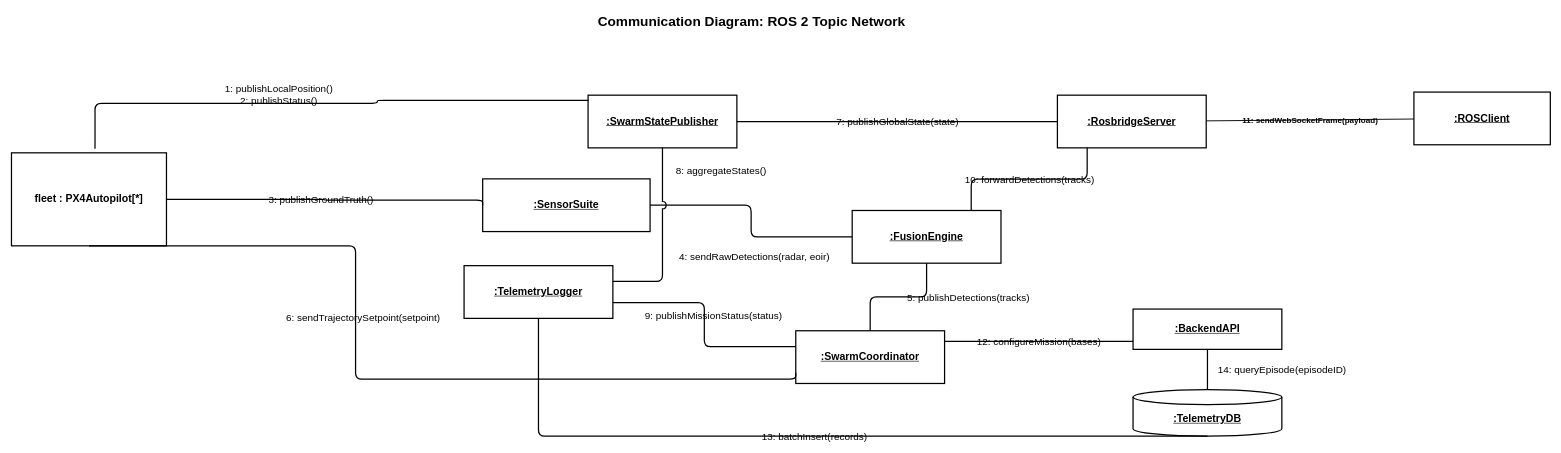
The draw.io diagram 06_communication_ros2_network.drawio in sjd-1214/diagrams, before the edit. Source tidied: cells renumbered, new cells numbered last; positions are measured from the earlier drawing's top-left corner, leaving out a move shared by most shapes. Both pictures are drawn from the tidied source at 62%, with x=0, y=0 at pixel (11, 11).
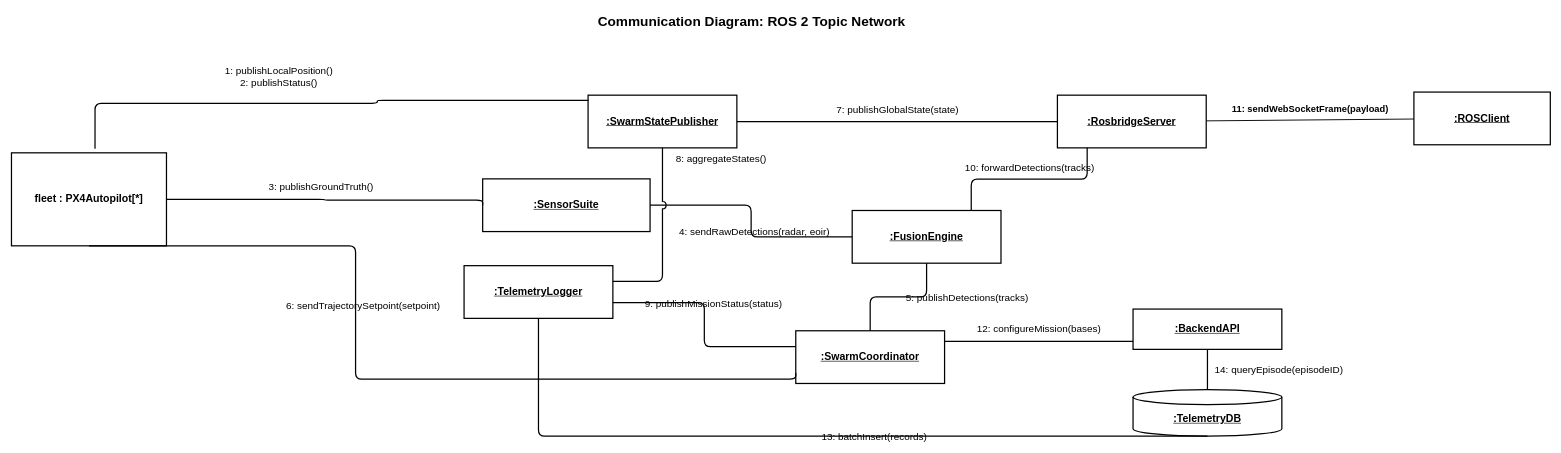
The same diagram, later.

The change refers to these unchanged cells:
```xml
<mxCell id="2" value="&lt;b&gt;fleet : PX4Autopilot[*]&lt;/b&gt;" style="rounded=0;whiteSpace=wrap;html=1;fillColor=none;strokeColor=#000000;fontFamily=Helvetica;fontColor=#000000;fontSize=17;strokeWidth=2;" parent="1" vertex="1">
  <mxGeometry y="229" width="250" height="150" as="geometry" />
</mxCell>
<mxCell id="4" value="&lt;b&gt;&lt;u&gt;:SwarmStatePublisher&lt;/u&gt;&lt;/b&gt;" style="rounded=0;whiteSpace=wrap;html=1;fillColor=none;strokeColor=#000000;fontFamily=Helvetica;align=center;verticalAlign=middle;fontColor=#000000;fontSize=17;strokeWidth=2;" parent="1" vertex="1">
  <mxGeometry x="930" y="136" width="240" height="85" as="geometry" />
</mxCell>
<mxCell id="5" value="&lt;b&gt;&lt;u&gt;:SensorSuite&lt;/u&gt;&lt;/b&gt;" style="rounded=0;whiteSpace=wrap;html=1;fillColor=none;strokeColor=#000000;fontFamily=Helvetica;align=center;verticalAlign=middle;fontColor=#000000;fontSize=17;strokeWidth=2;" parent="1" vertex="1">
  <mxGeometry x="760" y="271" width="270" height="85" as="geometry" />
</mxCell>
<mxCell id="6" value="&lt;b&gt;&lt;u&gt;:FusionEngine&lt;/u&gt;&lt;/b&gt;" style="rounded=0;whiteSpace=wrap;html=1;fillColor=none;strokeColor=#000000;fontFamily=Helvetica;align=center;verticalAlign=middle;fontColor=#000000;fontSize=17;strokeWidth=2;" parent="1" vertex="1">
  <mxGeometry x="1356" y="322" width="240" height="85" as="geometry" />
</mxCell>
<mxCell id="7" value="&lt;b&gt;&lt;u&gt;:SwarmCoordinator&lt;/u&gt;&lt;/b&gt;" style="rounded=0;whiteSpace=wrap;html=1;fillColor=none;strokeColor=#000000;fontFamily=Helvetica;align=center;verticalAlign=middle;fontColor=#000000;fontSize=17;strokeWidth=2;" parent="1" vertex="1">
  <mxGeometry x="1265" y="516" width="240" height="85" as="geometry" />
</mxCell>
<mxCell id="8" value="&lt;b&gt;&lt;u&gt;:TelemetryLogger&lt;/u&gt;&lt;/b&gt;" style="rounded=0;whiteSpace=wrap;html=1;fillColor=none;strokeColor=#000000;fontFamily=Helvetica;align=center;verticalAlign=middle;fontColor=#000000;fontSize=17;strokeWidth=2;" parent="1" vertex="1">
  <mxGeometry x="730" y="411" width="240" height="85" as="geometry" />
</mxCell>
<mxCell id="9" value="&lt;b&gt;&lt;u&gt;:RosbridgeServer&lt;/u&gt;&lt;/b&gt;" style="rounded=0;whiteSpace=wrap;html=1;fillColor=none;strokeColor=#000000;fontFamily=Helvetica;align=center;verticalAlign=middle;fontColor=#000000;fontSize=17;strokeWidth=2;" parent="1" vertex="1">
  <mxGeometry x="1687" y="136" width="240" height="85" as="geometry" />
</mxCell>
<mxCell id="10" value="&lt;b&gt;&lt;u&gt;:ROSClient&lt;/u&gt;&lt;/b&gt;" style="rounded=0;whiteSpace=wrap;html=1;fillColor=none;strokeColor=#000000;fontFamily=Helvetica;align=center;verticalAlign=middle;fontColor=#000000;fontSize=17;strokeWidth=2;" parent="1" vertex="1">
  <mxGeometry x="2262" y="131" width="220" height="85" as="geometry" />
</mxCell>
<mxCell id="11" value="&lt;b&gt;&lt;u&gt;:BackendAPI&lt;/u&gt;&lt;/b&gt;" style="rounded=0;whiteSpace=wrap;html=1;fillColor=none;strokeColor=#000000;fontFamily=Helvetica;align=center;verticalAlign=middle;fontColor=#000000;fontSize=17;strokeWidth=2;" parent="1" vertex="1">
  <mxGeometry x="1809" y="481" width="240" height="65" as="geometry" />
</mxCell>
<mxCell id="12" value="&lt;b&gt;&lt;u&gt;:TelemetryDB&lt;/u&gt;&lt;/b&gt;" style="shape=cylinder3;whiteSpace=wrap;html=1;boundedLbl=1;backgroundOutline=1;size=12;fillColor=none;strokeColor=#000000;fontFamily=Helvetica;align=center;verticalAlign=middle;fontColor=#000000;fontSize=17;strokeWidth=2;" parent="1" vertex="1">
  <mxGeometry x="1809" y="611" width="240" height="75" as="geometry" />
</mxCell>
```

The edit, as a diff of the source:
```diff
@@
-    <mxCell id="13" value="1: publishLocalPosition()&lt;br&gt;2: publishStatus()" style="edgeStyle=orthogonalEdgeStyle;rounded=1;html=1;endArrow=none;strokeColor=#000000;fontColor=#000000;labelBackgroundColor=none;entryX=0.003;entryY=0.099;entryDx=0;entryDy=0;fontFamily=Helvetica;fontSize=16;strokeWidth=2;entryPerimeter=0;exitX=0.539;exitY=-0.044;exitDx=0;exitDy=0;exitPerimeter=0;" parent="1" edge="1" source="2" target="4">
+    <mxCell id="13" value="1: publishLocalPosition()&lt;br&gt;2: publishStatus()" style="edgeStyle=orthogonalEdgeStyle;rounded=1;html=1;endArrow=none;strokeColor=#000000;fontColor=#000000;labelBackgroundColor=none;entryX=0.003;entryY=0.099;entryDx=0;entryDy=0;fontFamily=Helvetica;fontSize=16;strokeWidth=2;entryPerimeter=0;exitX=0.539;exitY=-0.044;exitDx=0;exitDy=0;exitPerimeter=0;verticalAlign=bottom;spacingBottom=8;spacingLeft=10;spacingRight=10;" parent="1" edge="1" source="2" target="4">
       <mxGeometry x="-0.2" relative="1" as="geometry">
         <Array as="points">
           <mxPoint x="134.8" y="149.1" />
           <mxPoint x="590.1" y="149.1" />
           <mxPoint x="590.1" y="144.4" />
         </Array>
         <mxPoint x="20" y="-14" as="offset" />
       </mxGeometry>
     </mxCell>
-    <mxCell id="14" value="3: publishGroundTruth()" style="edgeStyle=orthogonalEdgeStyle;rounded=1;html=1;endArrow=none;strokeColor=#000000;fontColor=#000000;labelBackgroundColor=none;exitX=1;exitY=0.5;exitDx=0;exitDy=0;entryX=0;entryY=0.5;entryDx=0;entryDy=0;fontFamily=Helvetica;fontSize=16;strokeWidth=2;" parent="1" edge="1" source="2" target="5">
+    <mxCell id="14" value="3: publishGroundTruth()" style="edgeStyle=orthogonalEdgeStyle;rounded=1;html=1;endArrow=none;strokeColor=#000000;fontColor=#000000;labelBackgroundColor=none;exitX=1;exitY=0.5;exitDx=0;exitDy=0;entryX=0;entryY=0.5;entryDx=0;entryDy=0;fontFamily=Helvetica;fontSize=16;strokeWidth=2;verticalAlign=bottom;spacingBottom=8;spacingLeft=10;spacingRight=10;" parent="1" edge="1" source="2" target="5">
       <mxGeometry x="-0.04" relative="1" as="geometry">
         <Array as="points">
           <mxPoint x="505" y="304" />
           <mxPoint x="505" y="305.3" />
           <mxPoint x="760" y="305.3" />
         </Array>
       </mxGeometry>
     </mxCell>
-    <mxCell id="15" value="4: sendRawDetections(radar, eoir)" style="edgeStyle=orthogonalEdgeStyle;rounded=1;html=1;endArrow=none;strokeColor=#000000;fontColor=#000000;labelBackgroundColor=none;exitX=1;exitY=0.5;exitDx=0;exitDy=0;entryX=0;entryY=0.5;entryDx=0;entryDy=0;fontFamily=Helvetica;fontSize=16;strokeWidth=2;verticalAlign=top;spacingTop=4;" parent="1" edge="1" source="5" target="6">
+    <mxCell id="15" value="4: sendRawDetections(radar, eoir)" style="edgeStyle=orthogonalEdgeStyle;rounded=1;html=1;endArrow=none;strokeColor=#000000;fontColor=#000000;labelBackgroundColor=none;exitX=1;exitY=0.5;exitDx=0;exitDy=0;entryX=0;entryY=0.5;entryDx=0;entryDy=0;fontFamily=Helvetica;fontSize=16;strokeWidth=2;verticalAlign=bottom;spacingTop=4;spacingBottom=8;spacingLeft=10;spacingRight=10;" parent="1" edge="1" source="5" target="6">
       <mxGeometry x="0.16" y="-11" relative="1" as="geometry" />
     </mxCell>
-    <mxCell id="16" value="5: publishDetections(tracks)" style="edgeStyle=orthogonalEdgeStyle;rounded=1;html=1;endArrow=none;strokeColor=#000000;fontColor=#000000;labelBackgroundColor=none;exitX=0.5;exitY=1;exitDx=0;exitDy=0;entryX=0.5;entryY=0;entryDx=0;entryDy=0;fontFamily=Helvetica;fontSize=16;strokeWidth=2;align=left;spacingLeft=12;labelPosition=right;" parent="1" edge="1" source="6" target="7">
+    <mxCell id="16" value="5: publishDetections(tracks)" style="edgeStyle=orthogonalEdgeStyle;rounded=1;html=1;endArrow=none;strokeColor=#000000;fontColor=#000000;labelBackgroundColor=none;exitX=0.5;exitY=1;exitDx=0;exitDy=0;entryX=0.5;entryY=0;entryDx=0;entryDy=0;fontFamily=Helvetica;fontSize=16;strokeWidth=2;align=left;spacingLeft=10;labelPosition=right;verticalAlign=middle;" parent="1" edge="1" source="6" target="7">
       <mxGeometry relative="1" as="geometry" />
     </mxCell>
-    <mxCell id="17" value="6: sendTrajectorySetpoint(setpoint)" style="edgeStyle=orthogonalEdgeStyle;rounded=1;html=1;endArrow=none;strokeColor=#000000;fontColor=#000000;labelBackgroundColor=none;exitX=0;exitY=0.8;entryX=0.5;entryY=1;fontFamily=Helvetica;fontSize=16;strokeWidth=2;" parent="1" edge="1" source="7" target="2">
+    <mxCell id="17" value="6: sendTrajectorySetpoint(setpoint)" style="edgeStyle=orthogonalEdgeStyle;rounded=1;html=1;endArrow=none;strokeColor=#000000;fontColor=#000000;labelBackgroundColor=none;exitX=0;exitY=0.8;entryX=0.5;entryY=1;fontFamily=Helvetica;fontSize=16;strokeWidth=2;verticalAlign=bottom;spacingBottom=8;spacingLeft=10;spacingRight=10;" parent="1" edge="1" source="7" target="2">
       <mxGeometry x="0.2" y="-12" relative="1" as="geometry">
         <Array as="points">
           <mxPoint x="555" y="594" />
         </Array>
       </mxGeometry>
     </mxCell>
-    <mxCell id="18" value="7: publishGlobalState(state)" style="edgeStyle=orthogonalEdgeStyle;rounded=1;html=1;endArrow=none;strokeColor=#000000;fontColor=#000000;labelBackgroundColor=none;exitX=1;exitY=0.5;exitDx=0;exitDy=0;entryX=0;entryY=0.5;entryDx=0;entryDy=0;fontFamily=Helvetica;fontSize=16;strokeWidth=2;" parent="1" edge="1" source="4" target="9">
+    <mxCell id="18" value="7: publishGlobalState(state)" style="edgeStyle=orthogonalEdgeStyle;rounded=1;html=1;endArrow=none;strokeColor=#000000;fontColor=#000000;labelBackgroundColor=none;exitX=1;exitY=0.5;exitDx=0;exitDy=0;entryX=0;entryY=0.5;entryDx=0;entryDy=0;fontFamily=Helvetica;fontSize=16;strokeWidth=2;verticalAlign=bottom;spacingBottom=8;spacingLeft=10;spacingRight=10;" parent="1" edge="1" source="4" target="9">
       <mxGeometry relative="1" as="geometry" />
     </mxCell>
-    <mxCell id="19" value="8: aggregateStates()" style="edgeStyle=orthogonalEdgeStyle;rounded=1;html=1;endArrow=none;strokeColor=#000000;fontColor=#000000;labelBackgroundColor=none;exitX=0.5;exitY=1;entryX=1;entryY=0.3;fontFamily=Helvetica;fontSize=16;strokeWidth=2;jumpStyle=arc;jumpSize=10;align=left;spacingLeft=10;" parent="1" edge="1" source="4" target="8">
+    <mxCell id="19" value="8: aggregateStates()" style="edgeStyle=orthogonalEdgeStyle;rounded=1;html=1;endArrow=none;strokeColor=#000000;fontColor=#000000;labelBackgroundColor=none;exitX=0.5;exitY=1;entryX=1;entryY=0.3;fontFamily=Helvetica;fontSize=16;strokeWidth=2;jumpStyle=arc;jumpSize=10;align=left;spacingLeft=10;verticalAlign=bottom;spacingBottom=8;spacingRight=10;" parent="1" edge="1" source="4" target="8">
       <mxGeometry x="-0.75" relative="1" as="geometry">
         <Array as="points">
           <mxPoint x="1050" y="436" />
         </Array>
         <mxPoint x="10" as="offset" />
       </mxGeometry>
     </mxCell>
-    <mxCell id="20" value="9: publishMissionStatus(status)" style="edgeStyle=orthogonalEdgeStyle;rounded=1;html=1;endArrow=none;strokeColor=#000000;fontColor=#000000;labelBackgroundColor=none;exitX=0;exitY=0.3;entryX=1;entryY=0.7;fontFamily=Helvetica;fontSize=16;strokeWidth=2;" parent="1" edge="1" source="7" target="8">
+    <mxCell id="20" value="9: publishMissionStatus(status)" style="edgeStyle=orthogonalEdgeStyle;rounded=1;html=1;endArrow=none;strokeColor=#000000;fontColor=#000000;labelBackgroundColor=none;exitX=0;exitY=0.3;entryX=1;entryY=0.7;fontFamily=Helvetica;fontSize=16;strokeWidth=2;verticalAlign=bottom;spacingBottom=8;spacingLeft=10;spacingRight=10;" parent="1" edge="1" source="7" target="8">
       <mxGeometry y="-14" relative="1" as="geometry">
         <mxPoint y="-14" as="offset" />
       </mxGeometry>
     </mxCell>
-    <mxCell id="21" value="10: forwardDetections(tracks)" style="edgeStyle=orthogonalEdgeStyle;rounded=1;html=1;endArrow=none;strokeColor=#000000;fontColor=#000000;labelBackgroundColor=none;exitX=0.8;exitY=0;exitDx=0;exitDy=0;entryX=0.2;entryY=1;entryDx=0;entryDy=0;fontFamily=Helvetica;fontSize=16;strokeWidth=2;" parent="1" edge="1" source="6" target="9">
+    <mxCell id="21" value="10: forwardDetections(tracks)" style="edgeStyle=orthogonalEdgeStyle;rounded=1;html=1;endArrow=none;strokeColor=#000000;fontColor=#000000;labelBackgroundColor=none;exitX=0.8;exitY=0;exitDx=0;exitDy=0;entryX=0.2;entryY=1;entryDx=0;entryDy=0;fontFamily=Helvetica;fontSize=16;strokeWidth=2;verticalAlign=bottom;spacingBottom=8;spacingLeft=10;spacingRight=10;" parent="1" edge="1" source="6" target="9">
       <mxGeometry relative="1" as="geometry" />
     </mxCell>
-    <mxCell id="22" value="11: sendWebSocketFrame(payload)" style="endArrow=none;strokeColor=#000000;strokeWidth=1.5;fontSize=13;fontFamily=Helvetica;fontColor=#000000;labelBackgroundColor=none;fontStyle=1;" parent="1" edge="1" source="9" target="10">
+    <mxCell id="22" value="11: sendWebSocketFrame(payload)" style="endArrow=none;strokeColor=#000000;strokeWidth=1.5;fontSize=15;fontFamily=Helvetica;fontColor=#000000;labelBackgroundColor=none;fontStyle=1;verticalAlign=bottom;spacingBottom=8;spacingLeft=10;spacingRight=10;" parent="1" edge="1" source="9" target="10">
       <mxGeometry relative="1" as="geometry" />
     </mxCell>
-    <mxCell id="23" value="12: configureMission(bases)" style="edgeStyle=orthogonalEdgeStyle;rounded=1;html=1;endArrow=none;strokeColor=#000000;fontColor=#000000;labelBackgroundColor=none;exitX=0;exitY=0.8;exitDx=0;exitDy=0;entryX=1;entryY=0.2;entryDx=0;entryDy=0;fontFamily=Helvetica;fontSize=16;strokeWidth=2;" parent="1" edge="1" source="11" target="7">
+    <mxCell id="23" value="12: configureMission(bases)" style="edgeStyle=orthogonalEdgeStyle;rounded=1;html=1;endArrow=none;strokeColor=#000000;fontColor=#000000;labelBackgroundColor=none;exitX=0;exitY=0.8;exitDx=0;exitDy=0;entryX=1;entryY=0.2;entryDx=0;entryDy=0;fontFamily=Helvetica;fontSize=16;strokeWidth=2;verticalAlign=bottom;spacingBottom=8;spacingLeft=10;spacingRight=10;" parent="1" edge="1" source="11" target="7">
       <mxGeometry relative="1" as="geometry" />
     </mxCell>
-    <mxCell id="24" value="13: batchInsert(records)" style="edgeStyle=orthogonalEdgeStyle;rounded=1;html=1;endArrow=none;strokeColor=#000000;fontColor=#000000;labelBackgroundColor=none;exitX=0.5;exitY=1;entryX=0.5;entryY=1;fontFamily=Helvetica;fontSize=16;strokeWidth=2;" parent="1" edge="1" source="8" target="12">
+    <mxCell id="24" value="13: batchInsert(records)" style="edgeStyle=orthogonalEdgeStyle;rounded=1;html=1;endArrow=none;strokeColor=#000000;fontColor=#000000;labelBackgroundColor=none;exitX=0.5;exitY=1;entryX=0.5;entryY=1;fontFamily=Helvetica;fontSize=16;strokeWidth=2;align=left;labelPosition=right;spacingLeft=10;verticalAlign=middle;" parent="1" edge="1" source="8" target="12">
       <mxGeometry relative="1" as="geometry">
         <Array as="points">
           <mxPoint x="850" y="686" />
           <mxPoint x="1650" y="686" />
         </Array>
       </mxGeometry>
     </mxCell>
-    <mxCell id="25" value="14: queryEpisode(episodeID)" style="edgeStyle=orthogonalEdgeStyle;rounded=1;html=1;endArrow=none;strokeColor=#000000;fontColor=#000000;labelBackgroundColor=none;exitX=0.5;exitY=1;exitDx=0;exitDy=0;entryX=0.5;entryY=0;entryDx=0;entryDy=0;fontFamily=Helvetica;fontSize=16;strokeWidth=2;align=left;spacingLeft=15;labelPosition=right;" parent="1" edge="1" source="11" target="12">
+    <mxCell id="25" value="14: queryEpisode(episodeID)" style="edgeStyle=orthogonalEdgeStyle;rounded=1;html=1;endArrow=none;strokeColor=#000000;fontColor=#000000;labelBackgroundColor=none;exitX=0.5;exitY=1;exitDx=0;exitDy=0;entryX=0.5;entryY=0;entryDx=0;entryDy=0;fontFamily=Helvetica;fontSize=16;strokeWidth=2;align=left;spacingLeft=10;labelPosition=right;verticalAlign=middle;" parent="1" edge="1" source="11" target="12">
       <mxGeometry relative="1" as="geometry" />
     </mxCell>
```
